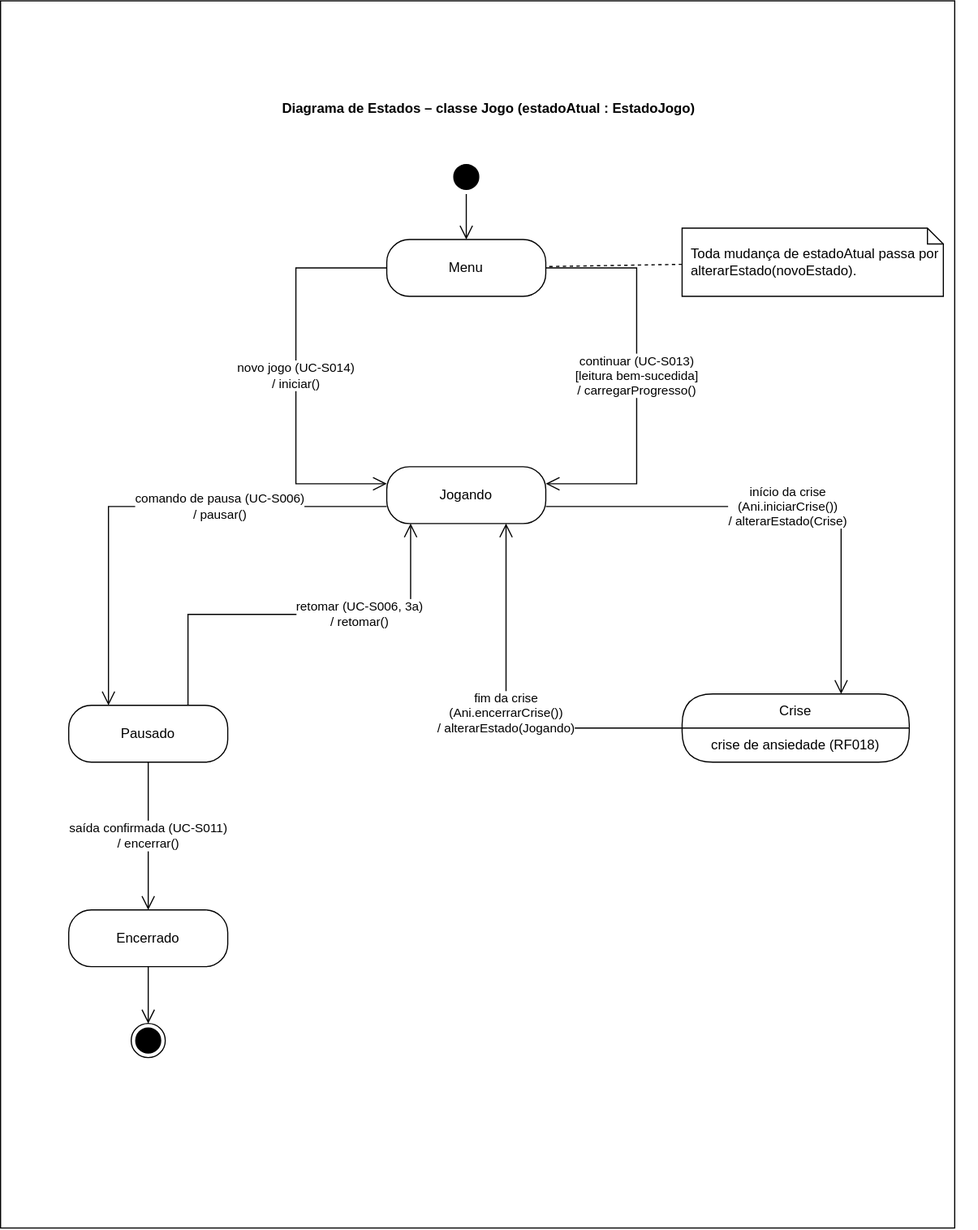
Before: docs/diagramas/estados-jogo.drawio.svg, a diagram exported from draw.io (omatheusfaria/Ani). Source tidied: cells renumbered, new cells last; positions are measured from the earlier drawing's top-left corner, leaving out a move shared by most shapes. The source it was exported from:
```xml
<mxGraphModel>
  <root>
    <mxCell id="0" />
    <mxCell id="1" parent="0" />
    <mxCell id="2" style="rounded=0;whiteSpace=wrap;html=1;" parent="1" vertex="1">
      <mxGeometry width="840" height="1080" as="geometry" />
    </mxCell>
    <mxCell id="3" value="Diagrama de Estados – classe Jogo (estadoAtual : EstadoJogo)" style="text;html=1;whiteSpace=wrap;strokeColor=none;fillColor=none;align=center;verticalAlign=middle;rounded=0;fontStyle=1;" parent="1" vertex="1">
      <mxGeometry y="80" width="860" height="30" as="geometry" />
    </mxCell>
    <mxCell id="4" style="ellipse;html=1;shape=startState;fillColor=#000000;strokeColor=#000000;" parent="1" vertex="1">
      <mxGeometry x="395" y="140" width="30" height="30" as="geometry" />
    </mxCell>
    <mxCell id="5" value="Menu" style="rounded=1;whiteSpace=wrap;html=1;arcSize=40;" parent="1" vertex="1">
      <mxGeometry x="340" y="210" width="140" height="50" as="geometry" />
    </mxCell>
    <mxCell id="6" value="Toda mudança de estadoAtual passa por alterarEstado(novoEstado)." style="shape=note;whiteSpace=wrap;html=1;backgroundOutline=1;size=14;align=left;spacingLeft=6;" parent="1" vertex="1">
      <mxGeometry x="600" y="200" width="230" height="60" as="geometry" />
    </mxCell>
    <mxCell id="7" value="Jogando" style="rounded=1;whiteSpace=wrap;html=1;arcSize=40;" parent="1" vertex="1">
      <mxGeometry x="340" y="410" width="140" height="50" as="geometry" />
    </mxCell>
    <mxCell id="8" value="Pausado" style="rounded=1;whiteSpace=wrap;html=1;arcSize=40;" parent="1" vertex="1">
      <mxGeometry x="60" y="620" width="140" height="50" as="geometry" />
    </mxCell>
    <mxCell id="9" value="Crise" style="swimlane;fontStyle=0;align=center;verticalAlign=middle;horizontal=1;startSize=30;rounded=1;arcSize=30;whiteSpace=wrap;html=1;" parent="1" vertex="1">
      <mxGeometry x="600" y="610" width="200" height="60" as="geometry" />
    </mxCell>
    <mxCell id="10" value="crise de ansiedade (RF018)" style="text;html=1;strokeColor=none;fillColor=none;align=center;verticalAlign=middle;spacingLeft=4;spacingRight=4;whiteSpace=wrap;overflow=hidden;" parent="9" vertex="1">
      <mxGeometry y="30" width="200" height="30" as="geometry" />
    </mxCell>
    <mxCell id="11" value="Encerrado" style="rounded=1;whiteSpace=wrap;html=1;arcSize=40;" parent="1" vertex="1">
      <mxGeometry x="60" y="800" width="140" height="50" as="geometry" />
    </mxCell>
    <mxCell id="12" style="ellipse;html=1;shape=endState;fillColor=#000000;strokeColor=#000000;" parent="1" vertex="1">
      <mxGeometry x="115" y="900" width="30" height="30" as="geometry" />
    </mxCell>
    <mxCell id="13" style="edgeStyle=orthogonalEdgeStyle;rounded=0;jettySize=auto;html=1;endArrow=open;endFill=0;endSize=10;labelBackgroundColor=default;" parent="1" edge="1" source="4" target="5">
      <mxGeometry relative="1" as="geometry" />
    </mxCell>
    <mxCell id="14" style="endArrow=none;dashed=1;html=1;rounded=0;" parent="1" edge="1" source="6" target="5">
      <mxGeometry relative="1" as="geometry" />
    </mxCell>
    <mxCell id="15" value="novo jogo (UC-S014)&lt;br&gt;/ iniciar()" style="edgeStyle=orthogonalEdgeStyle;rounded=0;jettySize=auto;html=1;endArrow=open;endFill=0;endSize=10;labelBackgroundColor=default;exitX=0;exitY=0.5;exitDx=0;exitDy=0;entryX=0;entryY=0.3;entryDx=0;entryDy=0;" parent="1" edge="1" source="5" target="7">
      <mxGeometry relative="1" as="geometry">
        <Array as="points">
          <mxPoint x="260" y="235" />
          <mxPoint x="260" y="425" />
        </Array>
      </mxGeometry>
    </mxCell>
    <mxCell id="16" value="continuar (UC-S013)&lt;br&gt;[leitura bem-sucedida]&lt;br&gt;/ carregarProgresso()" style="edgeStyle=orthogonalEdgeStyle;rounded=0;jettySize=auto;html=1;endArrow=open;endFill=0;endSize=10;labelBackgroundColor=default;exitX=1;exitY=0.5;exitDx=0;exitDy=0;entryX=1;entryY=0.3;entryDx=0;entryDy=0;" parent="1" edge="1" source="5" target="7">
      <mxGeometry relative="1" as="geometry">
        <Array as="points">
          <mxPoint x="560" y="235" />
          <mxPoint x="560" y="425" />
        </Array>
      </mxGeometry>
    </mxCell>
    <mxCell id="17" value="comando de pausa (UC-S006)&lt;br&gt;/ pausar()" style="edgeStyle=orthogonalEdgeStyle;rounded=0;jettySize=auto;html=1;endArrow=open;endFill=0;endSize=10;labelBackgroundColor=default;exitX=0;exitY=0.7;exitDx=0;exitDy=0;entryX=0.25;entryY=0;entryDx=0;entryDy=0;" parent="1" edge="1" source="7" target="8">
      <mxGeometry x="-0.3" relative="1" as="geometry">
        <Array as="points">
          <mxPoint x="95" y="445" />
        </Array>
      </mxGeometry>
    </mxCell>
    <mxCell id="18" value="retomar (UC-S006, 3a)&lt;br&gt;/ retomar()" style="edgeStyle=orthogonalEdgeStyle;rounded=0;jettySize=auto;html=1;endArrow=open;endFill=0;endSize=10;labelBackgroundColor=default;exitX=0.75;exitY=0;exitDx=0;exitDy=0;entryX=0.15;entryY=1;entryDx=0;entryDy=0;" parent="1" edge="1" source="8" target="7">
      <mxGeometry x="0.3" relative="1" as="geometry">
        <Array as="points">
          <mxPoint x="165" y="540" />
          <mxPoint x="361" y="540" />
        </Array>
      </mxGeometry>
    </mxCell>
    <mxCell id="19" value="início da crise&lt;br&gt;(Ani.iniciarCrise())&lt;br&gt;/ alterarEstado(Crise)" style="edgeStyle=orthogonalEdgeStyle;rounded=0;jettySize=auto;html=1;endArrow=open;endFill=0;endSize=10;labelBackgroundColor=default;exitX=1;exitY=0.7;exitDx=0;exitDy=0;entryX=0.7;entryY=0;entryDx=0;entryDy=0;" parent="1" edge="1" source="7" target="9">
      <mxGeometry relative="1" as="geometry">
        <Array as="points">
          <mxPoint x="740" y="445" />
        </Array>
      </mxGeometry>
    </mxCell>
    <mxCell id="20" value="fim da crise&lt;br&gt;(Ani.encerrarCrise())&lt;br&gt;/ alterarEstado(Jogando)" style="edgeStyle=orthogonalEdgeStyle;rounded=0;jettySize=auto;html=1;endArrow=open;endFill=0;endSize=10;labelBackgroundColor=default;exitX=0;exitY=0.5;exitDx=0;exitDy=0;entryX=0.75;entryY=1;entryDx=0;entryDy=0;" parent="1" edge="1" source="9" target="7">
      <mxGeometry relative="1" as="geometry">
        <Array as="points">
          <mxPoint x="445" y="640" />
        </Array>
      </mxGeometry>
    </mxCell>
    <mxCell id="21" value="saída confirmada (UC-S011)&lt;br&gt;/ encerrar()" style="edgeStyle=orthogonalEdgeStyle;rounded=0;jettySize=auto;html=1;endArrow=open;endFill=0;endSize=10;labelBackgroundColor=default;" parent="1" edge="1" source="8" target="11">
      <mxGeometry relative="1" as="geometry" />
    </mxCell>
    <mxCell id="22" style="edgeStyle=orthogonalEdgeStyle;rounded=0;jettySize=auto;html=1;endArrow=open;endFill=0;endSize=10;labelBackgroundColor=default;" parent="1" edge="1" source="11" target="12">
      <mxGeometry relative="1" as="geometry" />
    </mxCell>
  </root>
</mxGraphModel>
```
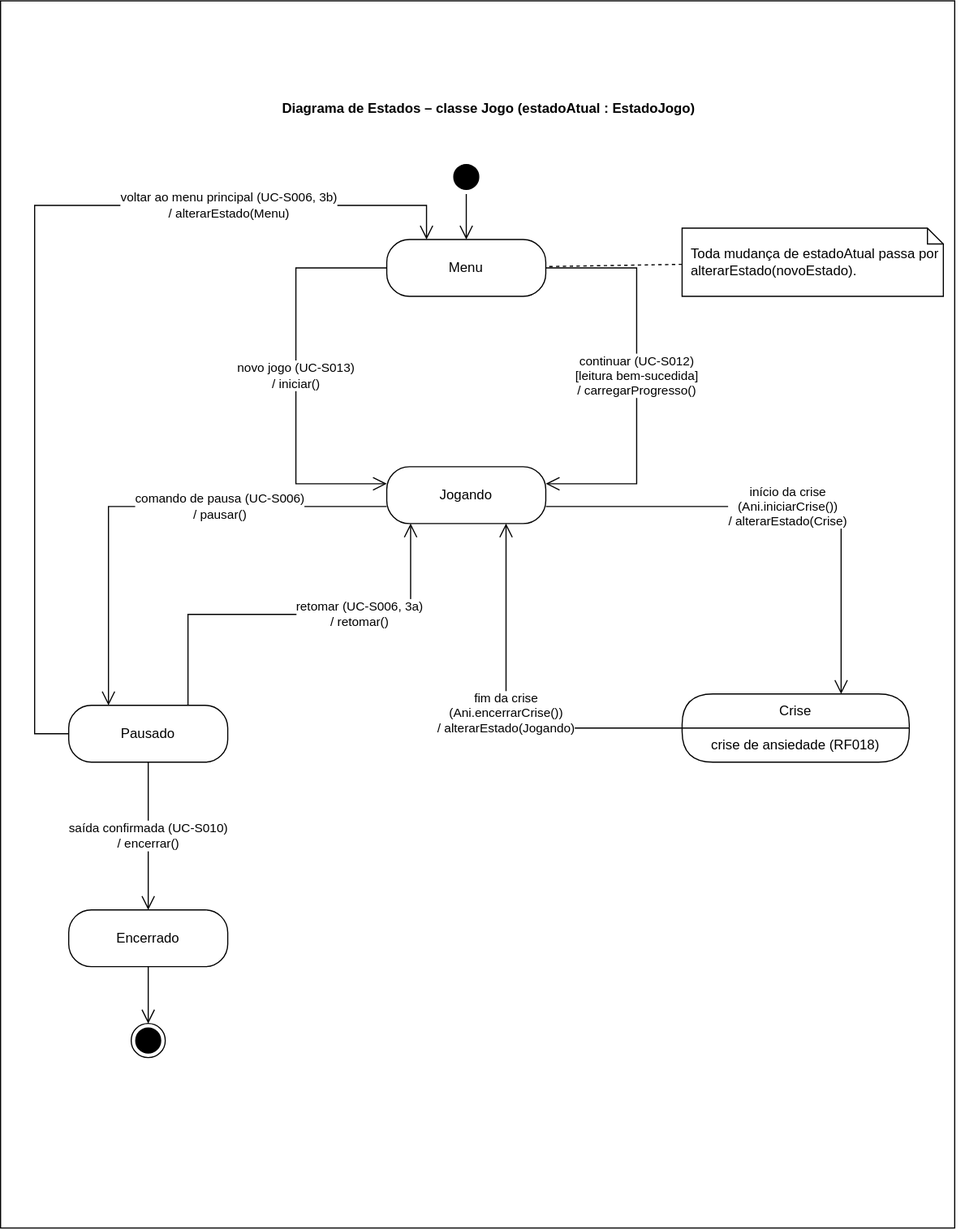
After the change.

Commit message:
Reexporta os .drawio.svg dos diagramas de estados e de sequência de salvar

Claude-Session: https://claude.ai/code/session_01FVML4jdfk5yMEohwao5EBA

Diff of the diagram source:
```diff
@@ -41,7 +41,7 @@
     <mxCell id="14" style="endArrow=none;dashed=1;html=1;rounded=0;" parent="1" edge="1" source="6" target="5">
       <mxGeometry relative="1" as="geometry" />
     </mxCell>
-    <mxCell id="15" value="novo jogo (UC-S014)&lt;br&gt;/ iniciar()" style="edgeStyle=orthogonalEdgeStyle;rounded=0;jettySize=auto;html=1;endArrow=open;endFill=0;endSize=10;labelBackgroundColor=default;exitX=0;exitY=0.5;exitDx=0;exitDy=0;entryX=0;entryY=0.3;entryDx=0;entryDy=0;" parent="1" edge="1" source="5" target="7">
+    <mxCell id="15" value="novo jogo (UC-S013)&lt;br&gt;/ iniciar()" style="edgeStyle=orthogonalEdgeStyle;rounded=0;jettySize=auto;html=1;endArrow=open;endFill=0;endSize=10;labelBackgroundColor=default;exitX=0;exitY=0.5;exitDx=0;exitDy=0;entryX=0;entryY=0.3;entryDx=0;entryDy=0;" parent="1" edge="1" source="5" target="7">
       <mxGeometry relative="1" as="geometry">
         <Array as="points">
           <mxPoint x="260" y="235" />
@@ -49,7 +49,7 @@
         </Array>
       </mxGeometry>
     </mxCell>
-    <mxCell id="16" value="continuar (UC-S013)&lt;br&gt;[leitura bem-sucedida]&lt;br&gt;/ carregarProgresso()" style="edgeStyle=orthogonalEdgeStyle;rounded=0;jettySize=auto;html=1;endArrow=open;endFill=0;endSize=10;labelBackgroundColor=default;exitX=1;exitY=0.5;exitDx=0;exitDy=0;entryX=1;entryY=0.3;entryDx=0;entryDy=0;" parent="1" edge="1" source="5" target="7">
+    <mxCell id="16" value="continuar (UC-S012)&lt;br&gt;[leitura bem-sucedida]&lt;br&gt;/ carregarProgresso()" style="edgeStyle=orthogonalEdgeStyle;rounded=0;jettySize=auto;html=1;endArrow=open;endFill=0;endSize=10;labelBackgroundColor=default;exitX=1;exitY=0.5;exitDx=0;exitDy=0;entryX=1;entryY=0.3;entryDx=0;entryDy=0;" parent="1" edge="1" source="5" target="7">
       <mxGeometry relative="1" as="geometry">
         <Array as="points">
           <mxPoint x="560" y="235" />
@@ -86,11 +86,20 @@
         </Array>
       </mxGeometry>
     </mxCell>
-    <mxCell id="21" value="saída confirmada (UC-S011)&lt;br&gt;/ encerrar()" style="edgeStyle=orthogonalEdgeStyle;rounded=0;jettySize=auto;html=1;endArrow=open;endFill=0;endSize=10;labelBackgroundColor=default;" parent="1" edge="1" source="8" target="11">
+    <mxCell id="21" value="saída confirmada (UC-S010)&lt;br&gt;/ encerrar()" style="edgeStyle=orthogonalEdgeStyle;rounded=0;jettySize=auto;html=1;endArrow=open;endFill=0;endSize=10;labelBackgroundColor=default;" parent="1" edge="1" source="8" target="11">
       <mxGeometry relative="1" as="geometry" />
     </mxCell>
     <mxCell id="22" style="edgeStyle=orthogonalEdgeStyle;rounded=0;jettySize=auto;html=1;endArrow=open;endFill=0;endSize=10;labelBackgroundColor=default;" parent="1" edge="1" source="11" target="12">
       <mxGeometry relative="1" as="geometry" />
     </mxCell>
+    <mxCell id="23" value="voltar ao menu principal (UC-S006, 3b)&lt;br&gt;/ alterarEstado(Menu)" style="edgeStyle=orthogonalEdgeStyle;rounded=0;jettySize=auto;html=1;endArrow=open;endFill=0;endSize=10;labelBackgroundColor=default;exitX=0;exitY=0.5;exitDx=0;exitDy=0;entryX=0.25;entryY=0;entryDx=0;entryDy=0;" parent="1" edge="1" source="8" target="5">
+      <mxGeometry x="0.53" relative="1" as="geometry">
+        <Array as="points">
+          <mxPoint x="30" y="645" />
+          <mxPoint x="30" y="180" />
+          <mxPoint x="375" y="180" />
+        </Array>
+      </mxGeometry>
+    </mxCell>
   </root>
 </mxGraphModel>
```
